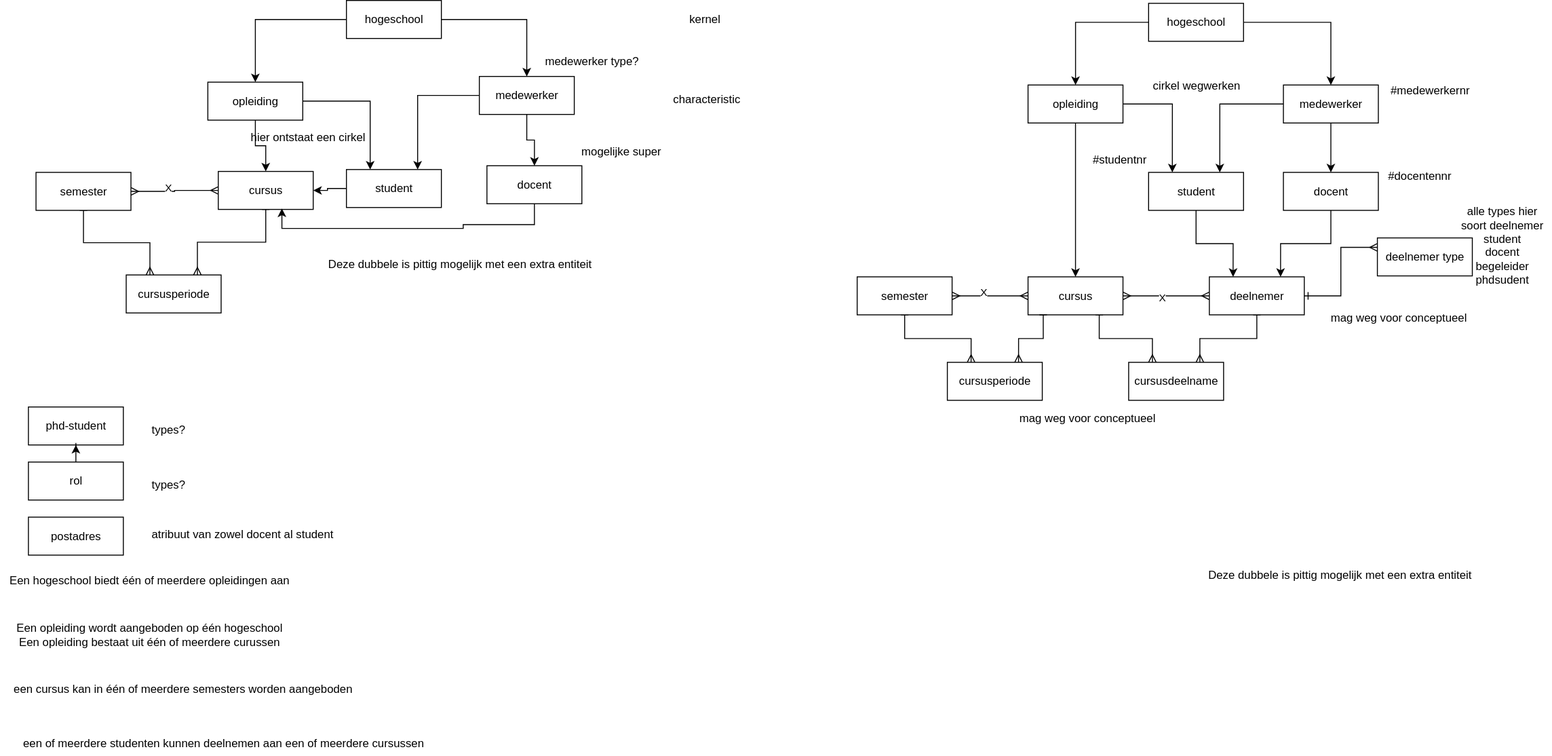
Above: oefenen met schoolsystemen.svg in Jterveld/draw.io-modellen (draw.io), before the change. Source tidied: cells renumbered, new cells last; positions are measured from the earlier drawing's top-left corner, leaving out a move shared by most shapes. The source it was exported from:
```xml
<mxGraphModel>
  <root>
    <mxCell id="0" />
    <mxCell id="1" parent="0" />
    <mxCell id="2" style="edgeStyle=orthogonalEdgeStyle;rounded=0;jettySize=auto;html=1;" parent="1" edge="1" source="3" target="12">
      <mxGeometry relative="1" as="geometry" />
    </mxCell>
    <mxCell id="3" value="opleiding" style="whiteSpace=wrap;html=1;align=center;" parent="1" vertex="1">
      <mxGeometry x="219" y="86" width="100" height="40" as="geometry" />
    </mxCell>
    <mxCell id="4" style="edgeStyle=orthogonalEdgeStyle;rounded=0;jettySize=auto;html=1;" parent="1" edge="1" source="6" target="3">
      <mxGeometry relative="1" as="geometry" />
    </mxCell>
    <mxCell id="5" style="edgeStyle=orthogonalEdgeStyle;rounded=0;jettySize=auto;html=1;" parent="1" edge="1" source="6" target="15">
      <mxGeometry relative="1" as="geometry" />
    </mxCell>
    <mxCell id="6" value="hogeschool" style="whiteSpace=wrap;html=1;align=center;" parent="1" vertex="1">
      <mxGeometry x="365" width="100" height="40" as="geometry" />
    </mxCell>
    <mxCell id="7" style="edgeStyle=orthogonalEdgeStyle;rounded=0;jettySize=auto;html=1;" parent="1" edge="1" source="8" target="12">
      <mxGeometry relative="1" as="geometry" />
    </mxCell>
    <mxCell id="8" value="student" style="whiteSpace=wrap;html=1;align=center;" parent="1" vertex="1">
      <mxGeometry x="365" y="178" width="100" height="40" as="geometry" />
    </mxCell>
    <mxCell id="9" style="edgeStyle=orthogonalEdgeStyle;rounded=0;jettySize=auto;html=1;endArrow=ERmany;endFill=0;startArrow=ERmany;startFill=0;" parent="1" edge="1" source="12" target="21">
      <mxGeometry relative="1" as="geometry" />
    </mxCell>
    <mxCell id="10" value="X" style="edgeLabel;html=1;align=center;verticalAlign=middle;" parent="9" vertex="1">
      <mxGeometry x="0.18" y="-4" relative="1" as="geometry" />
    </mxCell>
    <mxCell id="11" style="edgeStyle=orthogonalEdgeStyle;rounded=0;jettySize=auto;html=1;entryX=0.75;entryY=0;entryDx=0;entryDy=0;exitX=0.5;exitY=1;exitDx=0;exitDy=0;endArrow=ERmany;endFill=0;startArrow=baseDash;startFill=0;" parent="1" edge="1" source="12" target="25">
      <mxGeometry relative="1" as="geometry" />
    </mxCell>
    <mxCell id="12" value="cursus" style="whiteSpace=wrap;html=1;align=center;" parent="1" vertex="1">
      <mxGeometry x="230" y="180" width="100" height="40" as="geometry" />
    </mxCell>
    <mxCell id="13" value="docent" style="whiteSpace=wrap;html=1;align=center;" parent="1" vertex="1">
      <mxGeometry x="513" y="174" width="100" height="40" as="geometry" />
    </mxCell>
    <mxCell id="14" style="edgeStyle=orthogonalEdgeStyle;rounded=0;jettySize=auto;html=1;" parent="1" edge="1" source="15" target="13">
      <mxGeometry relative="1" as="geometry" />
    </mxCell>
    <mxCell id="15" value="medewerker" style="whiteSpace=wrap;html=1;align=center;" parent="1" vertex="1">
      <mxGeometry x="505" y="80" width="100" height="40" as="geometry" />
    </mxCell>
    <mxCell id="16" value="phd-student" style="whiteSpace=wrap;html=1;align=center;" parent="1" vertex="1">
      <mxGeometry x="30" y="428" width="100" height="40" as="geometry" />
    </mxCell>
    <mxCell id="17" style="edgeStyle=orthogonalEdgeStyle;rounded=0;jettySize=auto;html=1;" parent="1" edge="1" source="18" target="16">
      <mxGeometry relative="1" as="geometry" />
    </mxCell>
    <mxCell id="18" value="rol" style="whiteSpace=wrap;html=1;align=center;" parent="1" vertex="1">
      <mxGeometry x="30" y="486" width="100" height="40" as="geometry" />
    </mxCell>
    <mxCell id="19" value="postadres" style="whiteSpace=wrap;html=1;align=center;" parent="1" vertex="1">
      <mxGeometry x="30" y="544" width="100" height="40" as="geometry" />
    </mxCell>
    <mxCell id="20" style="edgeStyle=orthogonalEdgeStyle;rounded=0;jettySize=auto;html=1;entryX=0.25;entryY=0;entryDx=0;entryDy=0;endArrow=ERmany;endFill=0;startArrow=baseDash;startFill=0;" parent="1" edge="1" source="21" target="25">
      <mxGeometry relative="1" as="geometry" />
    </mxCell>
    <mxCell id="21" value="semester" style="whiteSpace=wrap;html=1;align=center;" parent="1" vertex="1">
      <mxGeometry x="38" y="181" width="100" height="40" as="geometry" />
    </mxCell>
    <mxCell id="22" value="Een hogeschool biedt één of meerdere opleidingen aan" style="text;html=1;align=center;verticalAlign=middle;strokeColor=none;fillColor=none;" parent="1" vertex="1">
      <mxGeometry y="598" width="313" height="26" as="geometry" />
    </mxCell>
    <mxCell id="23" value="Een opleiding wordt aangeboden op één hogeschool&lt;div&gt;Een opleiding bestaat uit één of meerdere curussen&lt;/div&gt;" style="text;html=1;align=center;verticalAlign=middle;strokeColor=none;fillColor=none;" parent="1" vertex="1">
      <mxGeometry x="7.5" y="647" width="298" height="41" as="geometry" />
    </mxCell>
    <mxCell id="24" value="een cursus kan in één of meerdere semesters worden aangeboden&amp;nbsp;&lt;div&gt;&lt;br&gt;&lt;/div&gt;" style="text;html=1;align=center;verticalAlign=middle;strokeColor=none;fillColor=none;" parent="1" vertex="1">
      <mxGeometry x="5" y="711" width="378" height="41" as="geometry" />
    </mxCell>
    <mxCell id="25" value="cursusperiode" style="whiteSpace=wrap;html=1;align=center;" parent="1" vertex="1">
      <mxGeometry x="133" y="289" width="100" height="40" as="geometry" />
    </mxCell>
    <mxCell id="26" value="kernel" style="text;html=1;align=center;verticalAlign=middle;strokeColor=none;fillColor=none;" parent="1" vertex="1">
      <mxGeometry x="716" y="7" width="51" height="26" as="geometry" />
    </mxCell>
    <mxCell id="27" value="characteristic" style="text;html=1;align=center;verticalAlign=middle;strokeColor=none;fillColor=none;" parent="1" vertex="1">
      <mxGeometry x="699" y="91" width="89" height="26" as="geometry" />
    </mxCell>
    <mxCell id="28" value="types?" style="text;html=1;align=center;verticalAlign=middle;strokeColor=none;fillColor=none;" parent="1" vertex="1">
      <mxGeometry x="150" y="497" width="53" height="26" as="geometry" />
    </mxCell>
    <mxCell id="29" style="edgeStyle=orthogonalEdgeStyle;rounded=0;jettySize=auto;html=1;entryX=0.25;entryY=0;entryDx=0;entryDy=0;" parent="1" edge="1" source="3" target="8">
      <mxGeometry relative="1" as="geometry" />
    </mxCell>
    <mxCell id="30" style="edgeStyle=orthogonalEdgeStyle;rounded=0;jettySize=auto;html=1;entryX=0.75;entryY=0;entryDx=0;entryDy=0;" parent="1" edge="1" source="15" target="8">
      <mxGeometry relative="1" as="geometry" />
    </mxCell>
    <mxCell id="31" value="hier ontstaat een cirkel" style="text;html=1;align=center;verticalAlign=middle;strokeColor=none;fillColor=none;" parent="1" vertex="1">
      <mxGeometry x="254" y="131" width="139" height="26" as="geometry" />
    </mxCell>
    <mxCell id="32" style="edgeStyle=orthogonalEdgeStyle;rounded=0;jettySize=auto;html=1;entryX=0.67;entryY=0.975;entryDx=0;entryDy=0;entryPerimeter=0;exitX=0.5;exitY=1;exitDx=0;exitDy=0;" parent="1" edge="1" source="13" target="12">
      <mxGeometry relative="1" as="geometry">
        <Array as="points">
          <mxPoint x="563" y="236" />
          <mxPoint x="488" y="236" />
          <mxPoint x="488" y="240" />
          <mxPoint x="297" y="240" />
        </Array>
      </mxGeometry>
    </mxCell>
    <mxCell id="33" value="mogelijke super" style="text;html=1;align=center;verticalAlign=middle;strokeColor=none;fillColor=none;" parent="1" vertex="1">
      <mxGeometry x="603" y="146" width="102" height="26" as="geometry" />
    </mxCell>
    <mxCell id="34" value="een of meerdere studenten kunnen deelnemen aan een of meerdere cursussen" style="text;html=1;align=center;verticalAlign=middle;strokeColor=none;fillColor=none;" parent="1" vertex="1">
      <mxGeometry x="15" y="769" width="440" height="26" as="geometry" />
    </mxCell>
    <mxCell id="35" value="Deze dubbele is pittig mogelijk met een extra entiteit" style="text;html=1;align=center;verticalAlign=middle;strokeColor=none;fillColor=none;" parent="1" vertex="1">
      <mxGeometry x="336" y="265" width="295" height="26" as="geometry" />
    </mxCell>
    <mxCell id="36" value="types?" style="text;html=1;align=center;verticalAlign=middle;strokeColor=none;fillColor=none;" parent="1" vertex="1">
      <mxGeometry x="150" y="439" width="53" height="26" as="geometry" />
    </mxCell>
    <mxCell id="37" value="medewerker type?" style="text;html=1;align=center;verticalAlign=middle;strokeColor=none;fillColor=none;" parent="1" vertex="1">
      <mxGeometry x="564" y="51" width="117" height="26" as="geometry" />
    </mxCell>
    <mxCell id="38" value="atribuut van zowel docent al student" style="text;html=1;align=center;verticalAlign=middle;strokeColor=none;fillColor=none;" parent="1" vertex="1">
      <mxGeometry x="150" y="549" width="209" height="26" as="geometry" />
    </mxCell>
    <mxCell id="39" style="edgeStyle=orthogonalEdgeStyle;rounded=0;jettySize=auto;html=1;endArrow=ERmany;endFill=0;startArrow=ERmany;startFill=0;" parent="1" edge="1" source="42" target="45">
      <mxGeometry relative="1" as="geometry" />
    </mxCell>
    <mxCell id="40" value="X" style="edgeLabel;html=1;align=center;verticalAlign=middle;" parent="39" vertex="1">
      <mxGeometry x="-0.11" y="-2" relative="1" as="geometry" />
    </mxCell>
    <mxCell id="41" style="edgeStyle=orthogonalEdgeStyle;rounded=0;jettySize=auto;html=1;entryX=0.25;entryY=0;entryDx=0;entryDy=0;endArrow=ERmany;endFill=0;startArrow=baseDash;startFill=0;exitX=0.75;exitY=1;exitDx=0;exitDy=0;" parent="1" edge="1" source="42" target="46">
      <mxGeometry relative="1" as="geometry" />
    </mxCell>
    <mxCell id="42" value="cursus" style="whiteSpace=wrap;html=1;align=center;" parent="1" vertex="1">
      <mxGeometry x="1083" y="291" width="100" height="40" as="geometry" />
    </mxCell>
    <mxCell id="43" style="edgeStyle=orthogonalEdgeStyle;rounded=0;jettySize=auto;html=1;entryX=0.75;entryY=0;entryDx=0;entryDy=0;startArrow=baseDash;startFill=0;endArrow=ERmany;endFill=0;" parent="1" edge="1" source="45" target="46">
      <mxGeometry relative="1" as="geometry" />
    </mxCell>
    <mxCell id="44" style="edgeStyle=orthogonalEdgeStyle;rounded=0;jettySize=auto;html=1;entryX=0;entryY=0.25;entryDx=0;entryDy=0;endArrow=ERmany;endFill=0;startArrow=ERone;startFill=0;" parent="1" edge="1" source="45" target="68">
      <mxGeometry relative="1" as="geometry" />
    </mxCell>
    <mxCell id="45" value="deelnemer" style="whiteSpace=wrap;html=1;align=center;" parent="1" vertex="1">
      <mxGeometry x="1274" y="291" width="100" height="40" as="geometry" />
    </mxCell>
    <mxCell id="46" value="cursusdeelname" style="whiteSpace=wrap;html=1;align=center;" parent="1" vertex="1">
      <mxGeometry x="1189" y="381" width="100" height="40" as="geometry" />
    </mxCell>
    <mxCell id="47" style="edgeStyle=orthogonalEdgeStyle;rounded=0;jettySize=auto;html=1;" parent="1" edge="1" source="48" target="42">
      <mxGeometry relative="1" as="geometry" />
    </mxCell>
    <mxCell id="48" value="opleiding" style="whiteSpace=wrap;html=1;align=center;" parent="1" vertex="1">
      <mxGeometry x="1083" y="89" width="100" height="40" as="geometry" />
    </mxCell>
    <mxCell id="49" style="edgeStyle=orthogonalEdgeStyle;rounded=0;jettySize=auto;html=1;" parent="1" edge="1" source="51" target="48">
      <mxGeometry relative="1" as="geometry" />
    </mxCell>
    <mxCell id="50" style="edgeStyle=orthogonalEdgeStyle;rounded=0;jettySize=auto;html=1;" parent="1" edge="1" source="51" target="60">
      <mxGeometry relative="1" as="geometry" />
    </mxCell>
    <mxCell id="51" value="hogeschool" style="whiteSpace=wrap;html=1;align=center;" parent="1" vertex="1">
      <mxGeometry x="1210" y="3" width="100" height="40" as="geometry" />
    </mxCell>
    <mxCell id="52" style="edgeStyle=orthogonalEdgeStyle;rounded=0;jettySize=auto;html=1;entryX=0.25;entryY=0;entryDx=0;entryDy=0;" parent="1" edge="1" source="53" target="45">
      <mxGeometry relative="1" as="geometry" />
    </mxCell>
    <mxCell id="53" value="student" style="whiteSpace=wrap;html=1;align=center;" parent="1" vertex="1">
      <mxGeometry x="1210" y="181" width="100" height="40" as="geometry" />
    </mxCell>
    <mxCell id="54" style="edgeStyle=orthogonalEdgeStyle;rounded=0;jettySize=auto;html=1;endArrow=ERmany;endFill=0;startArrow=ERmany;startFill=0;exitX=0;exitY=0.5;exitDx=0;exitDy=0;" parent="1" edge="1" source="42" target="62">
      <mxGeometry relative="1" as="geometry" />
    </mxCell>
    <mxCell id="55" value="X" style="edgeLabel;html=1;align=center;verticalAlign=middle;" parent="54" vertex="1">
      <mxGeometry x="0.18" y="-4" relative="1" as="geometry" />
    </mxCell>
    <mxCell id="56" style="edgeStyle=orthogonalEdgeStyle;rounded=0;jettySize=auto;html=1;entryX=0.75;entryY=0;entryDx=0;entryDy=0;endArrow=ERmany;endFill=0;startArrow=baseDash;startFill=0;exitX=0.16;exitY=1;exitDx=0;exitDy=0;exitPerimeter=0;" parent="1" edge="1" source="42" target="63">
      <mxGeometry relative="1" as="geometry" />
    </mxCell>
    <mxCell id="57" style="edgeStyle=orthogonalEdgeStyle;rounded=0;jettySize=auto;html=1;entryX=0.75;entryY=0;entryDx=0;entryDy=0;" parent="1" edge="1" source="58" target="45">
      <mxGeometry relative="1" as="geometry" />
    </mxCell>
    <mxCell id="58" value="docent" style="whiteSpace=wrap;html=1;align=center;" parent="1" vertex="1">
      <mxGeometry x="1352" y="181" width="100" height="40" as="geometry" />
    </mxCell>
    <mxCell id="59" style="edgeStyle=orthogonalEdgeStyle;rounded=0;jettySize=auto;html=1;" parent="1" edge="1" source="60" target="58">
      <mxGeometry relative="1" as="geometry" />
    </mxCell>
    <mxCell id="60" value="medewerker" style="whiteSpace=wrap;html=1;align=center;" parent="1" vertex="1">
      <mxGeometry x="1352" y="89" width="100" height="40" as="geometry" />
    </mxCell>
    <mxCell id="61" style="edgeStyle=orthogonalEdgeStyle;rounded=0;jettySize=auto;html=1;entryX=0.25;entryY=0;entryDx=0;entryDy=0;endArrow=ERmany;endFill=0;startArrow=baseDash;startFill=0;" parent="1" edge="1" source="62" target="63">
      <mxGeometry relative="1" as="geometry" />
    </mxCell>
    <mxCell id="62" value="semester" style="whiteSpace=wrap;html=1;align=center;" parent="1" vertex="1">
      <mxGeometry x="903" y="291" width="100" height="40" as="geometry" />
    </mxCell>
    <mxCell id="63" value="cursusperiode" style="whiteSpace=wrap;html=1;align=center;" parent="1" vertex="1">
      <mxGeometry x="998" y="381" width="100" height="40" as="geometry" />
    </mxCell>
    <mxCell id="64" style="edgeStyle=orthogonalEdgeStyle;rounded=0;jettySize=auto;html=1;entryX=0.25;entryY=0;entryDx=0;entryDy=0;" parent="1" edge="1" source="48" target="53">
      <mxGeometry relative="1" as="geometry" />
    </mxCell>
    <mxCell id="65" style="edgeStyle=orthogonalEdgeStyle;rounded=0;jettySize=auto;html=1;entryX=0.75;entryY=0;entryDx=0;entryDy=0;" parent="1" edge="1" source="60" target="53">
      <mxGeometry relative="1" as="geometry" />
    </mxCell>
    <mxCell id="66" value="Deze dubbele is pittig mogelijk met een extra entiteit" style="text;html=1;align=center;verticalAlign=middle;strokeColor=none;fillColor=none;" parent="1" vertex="1">
      <mxGeometry x="1263" y="592" width="295" height="26" as="geometry" />
    </mxCell>
    <mxCell id="67" value="cirkel wegwerken" style="text;html=1;align=center;verticalAlign=middle;strokeColor=none;fillColor=none;" parent="1" vertex="1">
      <mxGeometry x="1205" y="77" width="110" height="26" as="geometry" />
    </mxCell>
    <mxCell id="68" value="deelnemer type" style="whiteSpace=wrap;html=1;align=center;" parent="1" vertex="1">
      <mxGeometry x="1451" y="250" width="100" height="40" as="geometry" />
    </mxCell>
    <mxCell id="69" value="alle types hier&lt;div&gt;soort deelnemer&lt;/div&gt;&lt;div&gt;student&lt;/div&gt;&lt;div&gt;docent&lt;/div&gt;&lt;div&gt;begeleider&lt;/div&gt;&lt;div&gt;phdsudent&lt;/div&gt;&lt;div&gt;&lt;br&gt;&lt;/div&gt;" style="text;html=1;align=center;verticalAlign=middle;strokeColor=none;fillColor=none;" parent="1" vertex="1">
      <mxGeometry x="1529" y="208" width="105" height="113" as="geometry" />
    </mxCell>
    <mxCell id="70" value="#docentennr" style="text;html=1;align=center;verticalAlign=middle;strokeColor=none;fillColor=none;" parent="1" vertex="1">
      <mxGeometry x="1452" y="172" width="85" height="26" as="geometry" />
    </mxCell>
    <mxCell id="71" value="#studentnr" style="text;html=1;align=center;verticalAlign=middle;strokeColor=none;fillColor=none;" parent="1" vertex="1">
      <mxGeometry x="1141" y="155" width="75" height="26" as="geometry" />
    </mxCell>
    <mxCell id="72" value="#medewerkernr" style="text;html=1;align=center;verticalAlign=middle;strokeColor=none;fillColor=none;" parent="1" vertex="1">
      <mxGeometry x="1455" y="82" width="101" height="26" as="geometry" />
    </mxCell>
    <mxCell id="73" value="mag weg voor conceptueel" style="text;html=1;align=center;verticalAlign=middle;strokeColor=none;fillColor=none;" parent="1" vertex="1">
      <mxGeometry x="1392" y="321" width="161" height="26" as="geometry" />
    </mxCell>
    <mxCell id="74" value="mag weg voor conceptueel" style="text;html=1;align=center;verticalAlign=middle;strokeColor=none;fillColor=none;" parent="1" vertex="1">
      <mxGeometry x="1064" y="427" width="161" height="26" as="geometry" />
    </mxCell>
  </root>
</mxGraphModel>
```
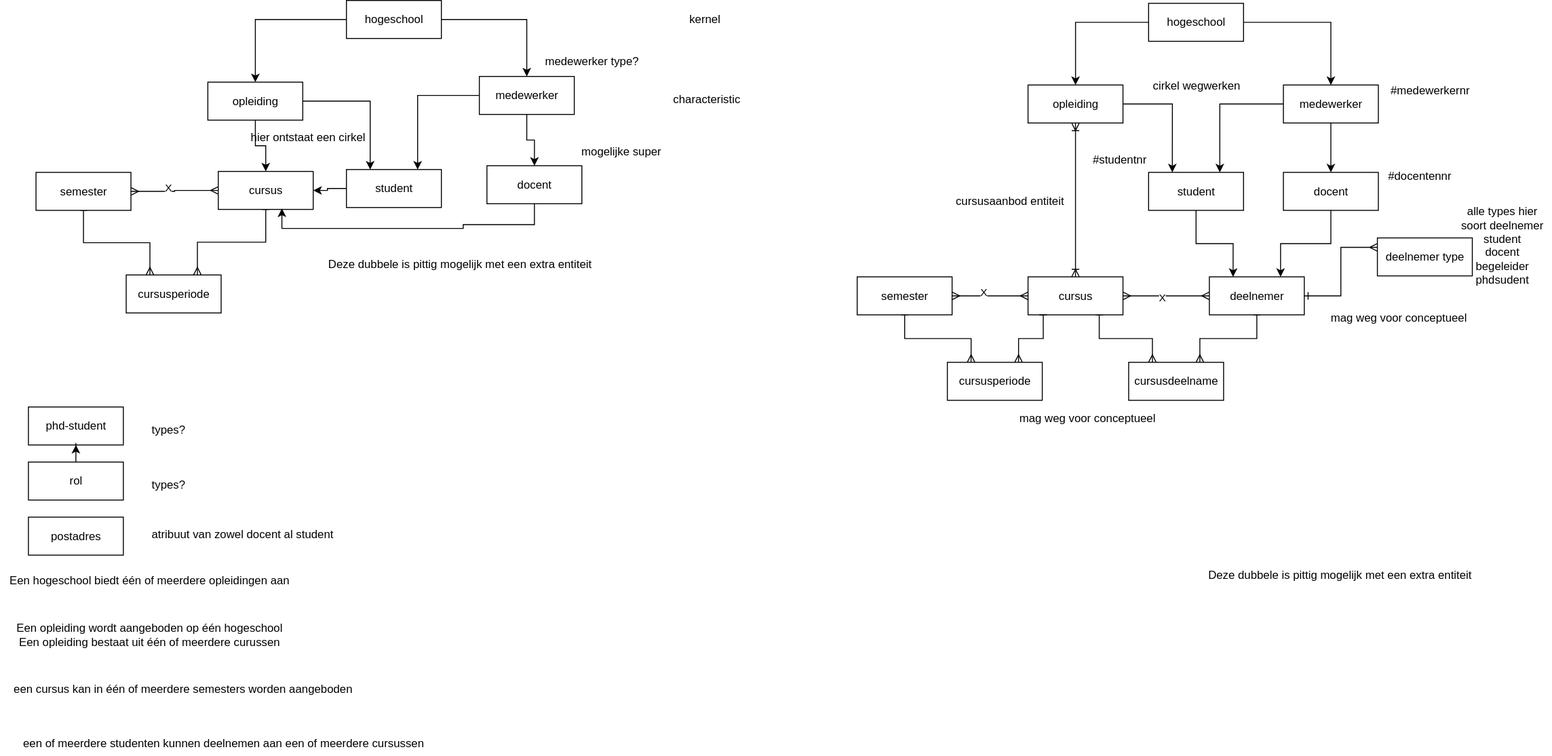
After the change.

The edit, as a diff of the source:
```diff
@@ -144,7 +144,7 @@
     <mxCell id="46" value="cursusdeelname" style="whiteSpace=wrap;html=1;align=center;" parent="1" vertex="1">
       <mxGeometry x="1189" y="381" width="100" height="40" as="geometry" />
     </mxCell>
-    <mxCell id="47" style="edgeStyle=orthogonalEdgeStyle;rounded=0;jettySize=auto;html=1;" parent="1" edge="1" source="48" target="42">
+    <mxCell id="47" style="edgeStyle=orthogonalEdgeStyle;rounded=0;jettySize=auto;html=1;endArrow=ERoneToMany;endFill=0;startArrow=ERoneToMany;startFill=0;" parent="1" edge="1" source="48" target="42">
       <mxGeometry relative="1" as="geometry" />
     </mxCell>
     <mxCell id="48" value="opleiding" style="whiteSpace=wrap;html=1;align=center;" parent="1" vertex="1">
@@ -228,5 +228,8 @@
     <mxCell id="74" value="mag weg voor conceptueel" style="text;html=1;align=center;verticalAlign=middle;strokeColor=none;fillColor=none;" parent="1" vertex="1">
       <mxGeometry x="1064" y="427" width="161" height="26" as="geometry" />
     </mxCell>
+    <mxCell id="75" value="cursusaanbod entiteit&amp;nbsp;" style="text;html=1;align=center;verticalAlign=middle;strokeColor=none;fillColor=none;" parent="1" vertex="1">
+      <mxGeometry x="997" y="198" width="135" height="26" as="geometry" />
+    </mxCell>
   </root>
 </mxGraphModel>
```
